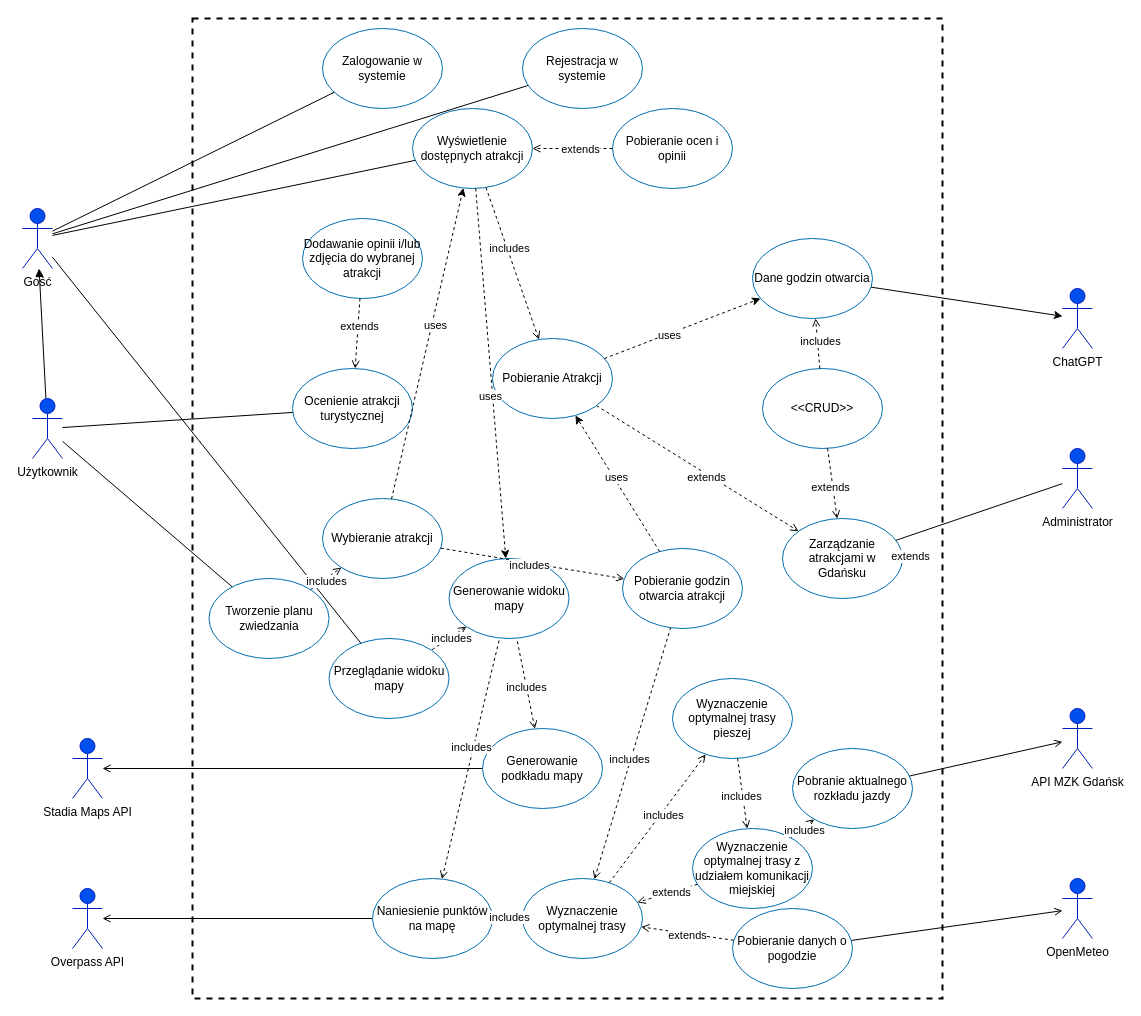
Before: Documentation/attachments/Przypadki_Uzycia_v2-final.drawio in EngineerDiplomaTeam/city-map-planner, a draw.io diagram. Source tidied: cells renumbered, new cells numbered last; positions are measured from the earlier drawing's top-left corner, leaving out a move shared by most shapes. Both pictures are drawn from the tidied source at 100%, with x=0, y=0 at pixel (22, 18).
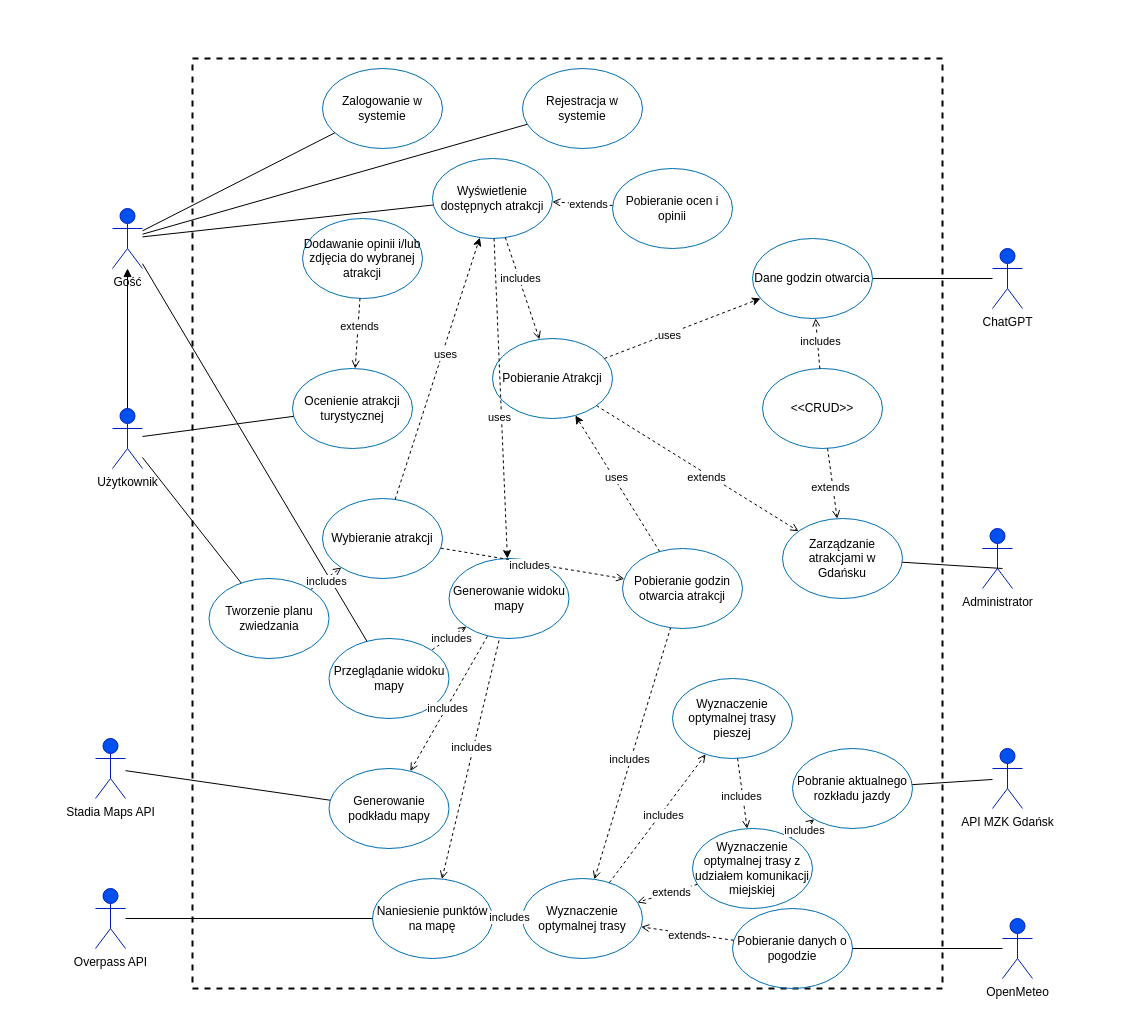
The same diagram, later.

Unchanged cells that the change refers to:
```xml
<mxCell id="11" value="&lt;font color=&quot;#000000&quot;&gt;Zarządzanie atrakcjami w Gdańsku&lt;/font&gt;" style="ellipse;whiteSpace=wrap;html=1;fillColor=none;fontColor=default;strokeColor=#006EAF;labelBackgroundColor=none;labelBorderColor=none;labelPosition=center;verticalLabelPosition=middle;align=center;verticalAlign=middle;" parent="1" vertex="1">
  <mxGeometry x="760" y="500" width="120" height="80" as="geometry" />
</mxCell>
<mxCell id="27" value="&lt;font color=&quot;#000000&quot;&gt;Pobranie aktualnego rozkładu jazdy&lt;/font&gt;" style="ellipse;whiteSpace=wrap;html=1;fillColor=none;fontColor=default;strokeColor=#006EAF;labelBackgroundColor=none;labelBorderColor=none;labelPosition=center;verticalLabelPosition=middle;align=center;verticalAlign=middle;" parent="1" vertex="1">
  <mxGeometry x="770" y="730" width="120" height="80" as="geometry" />
</mxCell>
<mxCell id="31" value="&lt;font color=&quot;#000000&quot;&gt;Pobieranie danych o pogodzie&lt;/font&gt;" style="ellipse;whiteSpace=wrap;html=1;fillColor=none;fontColor=default;strokeColor=#006EAF;labelBackgroundColor=none;labelBorderColor=none;labelPosition=center;verticalLabelPosition=middle;align=center;verticalAlign=middle;" parent="1" vertex="1">
  <mxGeometry x="710" y="890" width="120" height="80" as="geometry" />
</mxCell>
<mxCell id="41" value="&lt;font color=&quot;#000000&quot;&gt;Naniesienie punktów na mapę&lt;/font&gt;" style="ellipse;whiteSpace=wrap;html=1;fillColor=none;fontColor=default;strokeColor=#006EAF;labelBackgroundColor=none;labelBorderColor=none;labelPosition=center;verticalLabelPosition=middle;align=center;verticalAlign=middle;" parent="1" vertex="1">
  <mxGeometry x="350" y="860" width="120" height="80" as="geometry" />
</mxCell>
<mxCell id="84" value="Dane godzin otwarcia" style="ellipse;whiteSpace=wrap;html=1;fillColor=none;fontColor=default;strokeColor=#006EAF;labelBackgroundColor=none;labelBorderColor=none;labelPosition=center;verticalLabelPosition=middle;align=center;verticalAlign=middle;" parent="1" vertex="1">
  <mxGeometry x="730" y="220" width="120" height="80" as="geometry" />
</mxCell>
```

Change to the diagram source:
```diff
@@
     <mxCell id="2" style="rounded=0;whiteSpace=wrap;html=1;fillColor=none;strokeWidth=2;dashed=1;" parent="1" vertex="1">
-      <mxGeometry x="170" width="750" height="980" as="geometry" />
+      <mxGeometry x="170" y="40" width="750" height="930" as="geometry" />
     </mxCell>
     <mxCell id="3" value="API MZK Gdańsk" style="shape=umlActor;verticalLabelPosition=bottom;verticalAlign=top;html=1;outlineConnect=0;fillColor=#0050ef;fontColor=#000000;strokeColor=#001DBC;" parent="1" vertex="1">
-      <mxGeometry x="1040" y="690" width="30" height="60" as="geometry" />
+      <mxGeometry x="970" y="730" width="30" height="60" as="geometry" />
     </mxCell>
     <mxCell id="4" value="Użytkownik" style="shape=umlActor;verticalLabelPosition=bottom;verticalAlign=top;html=1;outlineConnect=0;fillColor=#0050ef;fontColor=#000000;strokeColor=#001DBC;" parent="1" vertex="1">
-      <mxGeometry x="10" y="380" width="30" height="60" as="geometry" />
+      <mxGeometry x="90" y="390" width="30" height="60" as="geometry" />
     </mxCell>
     <mxCell id="5" value="Administrator" style="shape=umlActor;verticalLabelPosition=bottom;verticalAlign=top;html=1;outlineConnect=0;fillColor=#0050ef;fontColor=#000000;strokeColor=#001DBC;" parent="1" vertex="1">
-      <mxGeometry x="1040" y="430" width="30" height="60" as="geometry" />
+      <mxGeometry x="960" y="510" width="30" height="60" as="geometry" />
     </mxCell>
     <mxCell id="6" value="OpenMeteo" style="shape=umlActor;verticalLabelPosition=bottom;verticalAlign=top;html=1;outlineConnect=0;fontColor=#000000;fillColor=#0050ef;strokeColor=#001DBC;" parent="1" vertex="1">
-      <mxGeometry x="1040" y="860" width="30" height="60" as="geometry" />
+      <mxGeometry x="980" y="900" width="30" height="60" as="geometry" />
     </mxCell>
     <mxCell id="7" value="Overpass API" style="shape=umlActor;verticalLabelPosition=bottom;verticalAlign=top;html=1;outlineConnect=0;fillColor=#0050ef;fontColor=#000000;strokeColor=#001DBC;" parent="1" vertex="1">
-      <mxGeometry x="50" y="870" width="30" height="60" as="geometry" />
+      <mxGeometry x="73" y="870" width="30" height="60" as="geometry" />
     </mxCell>
     <mxCell id="8" value="Stadia Maps API" style="shape=umlActor;verticalLabelPosition=bottom;verticalAlign=top;html=1;outlineConnect=0;fillColor=#0050ef;fontColor=#000000;strokeColor=#001DBC;" parent="1" vertex="1">
-      <mxGeometry x="50" y="720" width="30" height="60" as="geometry" />
+      <mxGeometry x="73" y="720" width="30" height="60" as="geometry" />
     </mxCell>
@@
-    <mxCell id="12" style="endArrow=none;html=1;rounded=0;strokeColor=#000000;endFill=0;" parent="1" edge="1" source="5" target="11">
+    <mxCell id="12" style="endArrow=none;html=1;rounded=0;strokeColor=#000000;endFill=0;" parent="1" edge="1" source="83" target="84">
       <mxGeometry relative="1" as="geometry" />
     </mxCell>
     <mxCell id="13" value="&lt;font color=&quot;#000000&quot;&gt;Zalogowanie w systemie&lt;/font&gt;" style="ellipse;whiteSpace=wrap;html=1;fillColor=none;fontColor=default;strokeColor=#006EAF;labelBackgroundColor=none;labelBorderColor=none;labelPosition=center;verticalLabelPosition=middle;align=center;verticalAlign=middle;" parent="1" vertex="1">
-      <mxGeometry x="300" y="10" width="120" height="80" as="geometry" />
+      <mxGeometry x="300" y="50" width="120" height="80" as="geometry" />
     </mxCell>
     <mxCell id="14" value="&lt;font color=&quot;#000000&quot;&gt;Rejestracja w systemie&lt;/font&gt;" style="ellipse;whiteSpace=wrap;html=1;fillColor=none;fontColor=default;strokeColor=#006EAF;labelBackgroundColor=none;labelBorderColor=none;labelPosition=center;verticalLabelPosition=middle;align=center;verticalAlign=middle;" parent="1" vertex="1">
-      <mxGeometry x="500" y="10" width="120" height="80" as="geometry" />
+      <mxGeometry x="500" y="50" width="120" height="80" as="geometry" />
     </mxCell>
@@
     <mxCell id="18" value="&lt;font color=&quot;#000000&quot;&gt;Wyświetlenie dostępnych atrakcji&lt;/font&gt;" style="ellipse;whiteSpace=wrap;html=1;fillColor=none;fontColor=default;strokeColor=#006EAF;labelBackgroundColor=none;labelBorderColor=none;labelPosition=center;verticalLabelPosition=middle;align=center;verticalAlign=middle;" parent="1" vertex="1">
-      <mxGeometry x="390" y="90" width="120" height="80" as="geometry" />
+      <mxGeometry x="410" y="140" width="120" height="80" as="geometry" />
     </mxCell>
@@
-    <mxCell id="28" style="endArrow=open;html=1;rounded=0;strokeColor=#000000;endFill=0;" parent="1" edge="1" source="31" target="6">
-      <mxGeometry relative="1" as="geometry" />
-    </mxCell>
@@
-    <mxCell id="32" style="endArrow=open;html=1;rounded=0;strokeColor=#000000;endFill=0;" parent="1" edge="1" source="27" target="3">
-      <mxGeometry relative="1" as="geometry" />
-    </mxCell>
@@
-    <mxCell id="38" style="endArrow=open;html=1;rounded=0;strokeColor=#000000;endFill=0;" parent="1" edge="1" source="40" target="8">
-      <mxGeometry relative="1" as="geometry" />
-    </mxCell>
-    <mxCell id="39" style="endArrow=open;html=1;rounded=0;strokeColor=#000000;endFill=0;" parent="1" edge="1" source="41" target="7">
-      <mxGeometry relative="1" as="geometry" />
-    </mxCell>
     <mxCell id="40" value="&lt;font color=&quot;#000000&quot;&gt;Generowanie podkładu mapy&lt;/font&gt;" style="ellipse;whiteSpace=wrap;html=1;fillColor=none;fontColor=default;strokeColor=#006EAF;labelBackgroundColor=none;labelBorderColor=none;labelPosition=center;verticalLabelPosition=middle;align=center;verticalAlign=middle;" parent="1" vertex="1">
-      <mxGeometry x="460" y="710" width="120" height="80" as="geometry" />
+      <mxGeometry x="306.5" y="750" width="120" height="80" as="geometry" />
     </mxCell>
@@
-    <mxCell id="53" style="endArrow=open;html=1;rounded=0;strokeColor=#000000;endFill=0;dashed=1;" parent="1" edge="1" target="11">
-      <mxGeometry relative="1" as="geometry">
-        <mxPoint x="896.3" y="540.2" as="sourcePoint" />
-      </mxGeometry>
-    </mxCell>
-    <mxCell id="54" value="extends" style="edgeLabel;html=1;align=center;verticalAlign=middle;" parent="53" vertex="1">
-      <mxGeometry x="0.1" y="-3" relative="1" as="geometry" />
-    </mxCell>
@@
     <mxCell id="61" value="&lt;font color=&quot;#000000&quot;&gt;Pobieranie ocen i opinii&lt;/font&gt;" style="ellipse;whiteSpace=wrap;html=1;fillColor=none;fontColor=default;strokeColor=#006EAF;labelBackgroundColor=none;labelBorderColor=none;labelPosition=center;verticalLabelPosition=middle;align=center;verticalAlign=middle;" parent="1" vertex="1">
-      <mxGeometry x="590" y="90" width="120" height="80" as="geometry" />
+      <mxGeometry x="590" y="150" width="120" height="80" as="geometry" />
     </mxCell>
@@
     <mxCell id="67" value="Gość" style="shape=umlActor;verticalLabelPosition=bottom;verticalAlign=top;html=1;outlineConnect=0;fillColor=#0050ef;fontColor=#000000;strokeColor=#001DBC;" parent="1" vertex="1">
-      <mxGeometry y="190" width="30" height="60" as="geometry" />
+      <mxGeometry x="90" y="190" width="30" height="60" as="geometry" />
     </mxCell>
@@
     <mxCell id="83" value="ChatGPT" style="shape=umlActor;verticalLabelPosition=bottom;verticalAlign=top;html=1;outlineConnect=0;fillColor=#0050ef;fontColor=#000000;strokeColor=#001DBC;" parent="1" vertex="1">
-      <mxGeometry x="1040" y="270" width="30" height="60" as="geometry" />
+      <mxGeometry x="970" y="230" width="30" height="60" as="geometry" />
     </mxCell>
@@
-    <mxCell id="85" style="endArrow=classic;html=1;rounded=0;" parent="1" edge="1" source="84" target="83">
-      <mxGeometry relative="1" as="geometry" />
-    </mxCell>
@@
+    <mxCell id="92" style="endArrow=none;html=1;rounded=0;strokeColor=#000000;endFill=0;" parent="1" edge="1" target="11">
+      <mxGeometry relative="1" as="geometry">
+        <mxPoint x="980" y="550" as="sourcePoint" />
+      </mxGeometry>
+    </mxCell>
+    <mxCell id="93" style="endArrow=none;html=1;rounded=0;strokeColor=#000000;endFill=0;" parent="1" edge="1" source="3" target="27">
+      <mxGeometry relative="1" as="geometry" />
+    </mxCell>
+    <mxCell id="94" style="endArrow=none;html=1;rounded=0;strokeColor=#000000;endFill=0;" parent="1" edge="1" source="6" target="31">
+      <mxGeometry relative="1" as="geometry" />
+    </mxCell>
+    <mxCell id="38" style="endArrow=none;html=1;rounded=0;strokeColor=#000000;endFill=0;" parent="1" edge="1" source="40" target="8">
+      <mxGeometry relative="1" as="geometry" />
+    </mxCell>
+    <mxCell id="39" style="endArrow=none;html=1;rounded=0;strokeColor=#000000;endFill=0;" parent="1" edge="1" source="41" target="7">
+      <mxGeometry relative="1" as="geometry" />
+    </mxCell>
```
